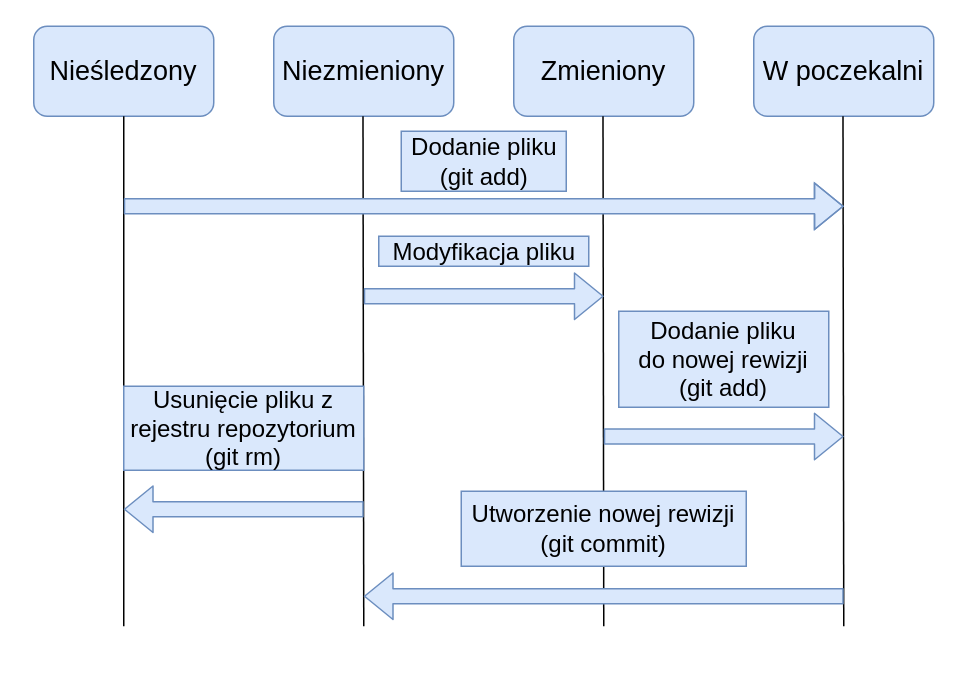
arokasprz100/Bachelor-thesis keeps this draw.io diagram as thesis/res/draw.io/fileStates.drawio. Above is the earlier version. Source tidied: cells renumbered, new cells numbered last; positions are measured from the earlier drawing's top-left corner, leaving out a move shared by most shapes. Both pictures are drawn from the tidied source at 150%, with x=0, y=0 at pixel (33, 26).
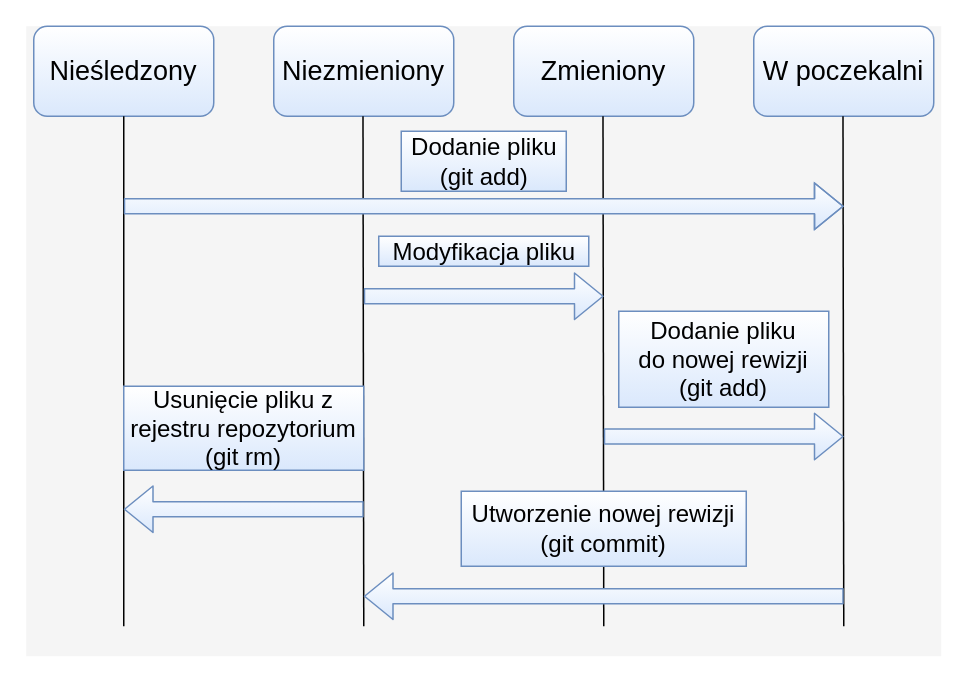
After the change.

Change to the diagram source:
```diff
@@
+    <mxCell id="20" style="rounded=0;whiteSpace=wrap;html=1;fillColor=#f5f5f5;strokeColor=none;fontColor=#333333;" parent="1" vertex="1">
+      <mxGeometry x="-5" width="610" height="420" as="geometry" />
+    </mxCell>
-    <mxCell id="2" value="&lt;font style=&quot;font-size: 18px&quot;&gt;Nieśledzony&lt;/font&gt;" style="rounded=1;whiteSpace=wrap;html=1;fillColor=#dae8fc;strokeColor=#6c8ebf;" parent="1" vertex="1">
+    <mxCell id="2" value="&lt;font style=&quot;font-size: 18px&quot;&gt;Nieśledzony&lt;/font&gt;" style="rounded=1;whiteSpace=wrap;html=1;fillColor=#dae8fc;strokeColor=#6c8ebf;gradientColor=#ffffff;gradientDirection=north;" parent="1" vertex="1">
       <mxGeometry width="120" height="60" as="geometry" />
     </mxCell>
-    <mxCell id="3" value="&lt;font style=&quot;font-size: 18px&quot;&gt;Zmieniony&lt;/font&gt;" style="rounded=1;whiteSpace=wrap;html=1;fillColor=#dae8fc;strokeColor=#6c8ebf;" parent="1" vertex="1">
+    <mxCell id="3" value="&lt;font style=&quot;font-size: 18px&quot;&gt;Zmieniony&lt;/font&gt;" style="rounded=1;whiteSpace=wrap;html=1;fillColor=#dae8fc;strokeColor=#6c8ebf;gradientColor=#ffffff;gradientDirection=north;" parent="1" vertex="1">
       <mxGeometry x="320" width="120" height="60" as="geometry" />
     </mxCell>
-    <mxCell id="4" value="&lt;font style=&quot;font-size: 18px&quot;&gt;Niezmieniony&lt;/font&gt;" style="rounded=1;whiteSpace=wrap;html=1;fillColor=#dae8fc;strokeColor=#6c8ebf;" parent="1" vertex="1">
+    <mxCell id="4" value="&lt;font style=&quot;font-size: 18px&quot;&gt;Niezmieniony&lt;/font&gt;" style="rounded=1;whiteSpace=wrap;html=1;fillColor=#dae8fc;strokeColor=#6c8ebf;gradientColor=#ffffff;gradientDirection=north;" parent="1" vertex="1">
       <mxGeometry x="160" width="120" height="60" as="geometry" />
     </mxCell>
-    <mxCell id="5" value="&lt;font style=&quot;font-size: 18px&quot;&gt;W poczekalni&lt;/font&gt;" style="rounded=1;whiteSpace=wrap;html=1;fillColor=#dae8fc;strokeColor=#6c8ebf;" parent="1" vertex="1">
+    <mxCell id="5" value="&lt;font style=&quot;font-size: 18px&quot;&gt;W poczekalni&lt;/font&gt;" style="rounded=1;whiteSpace=wrap;html=1;fillColor=#dae8fc;strokeColor=#6c8ebf;gradientColor=#ffffff;gradientDirection=north;" parent="1" vertex="1">
       <mxGeometry x="480" width="120" height="60" as="geometry" />
     </mxCell>
@@
-    <mxCell id="10" style="shape=flexArrow;endArrow=classic;html=1;fillColor=#dae8fc;strokeColor=#6c8ebf;" parent="1" edge="1">
+    <mxCell id="10" style="shape=flexArrow;endArrow=classic;html=1;fillColor=#dae8fc;strokeColor=#6c8ebf;gradientColor=#ffffff;gradientDirection=north;" parent="1" edge="1">
       <mxGeometry relative="1" as="geometry">
         <mxPoint x="60" y="120" as="sourcePoint" />
         <mxPoint x="540" y="120" as="targetPoint" />
         <Array as="points">
           <mxPoint x="280" y="120" />
         </Array>
       </mxGeometry>
     </mxCell>
-    <mxCell id="11" value="&lt;div&gt;&lt;font style=&quot;font-size: 16px&quot;&gt;Dodanie pliku &lt;br&gt;&lt;/font&gt;&lt;/div&gt;&lt;div&gt;&lt;font style=&quot;font-size: 16px&quot;&gt;(git add)&lt;/font&gt;&lt;/div&gt;" style="text;html=1;align=center;verticalAlign=middle;fillColor=#dae8fc;strokeColor=#6c8ebf;" parent="1" vertex="1">
+    <mxCell id="11" value="&lt;div&gt;&lt;font style=&quot;font-size: 16px&quot;&gt;Dodanie pliku &lt;br&gt;&lt;/font&gt;&lt;/div&gt;&lt;div&gt;&lt;font style=&quot;font-size: 16px&quot;&gt;(git add)&lt;/font&gt;&lt;/div&gt;" style="text;html=1;align=center;verticalAlign=middle;fillColor=#dae8fc;strokeColor=#6c8ebf;gradientColor=#ffffff;gradientDirection=north;" parent="1" vertex="1">
       <mxGeometry x="245" y="70" width="110" height="40" as="geometry" />
     </mxCell>
-    <mxCell id="12" style="shape=flexArrow;endArrow=classic;html=1;fillColor=#dae8fc;strokeColor=#6c8ebf;" parent="1" edge="1">
+    <mxCell id="12" style="shape=flexArrow;endArrow=classic;html=1;fillColor=#dae8fc;strokeColor=#6c8ebf;gradientColor=#ffffff;gradientDirection=north;" parent="1" edge="1">
       <mxGeometry relative="1" as="geometry">
         <mxPoint x="220" y="180" as="sourcePoint" />
         <mxPoint x="380" y="180" as="targetPoint" />
       </mxGeometry>
     </mxCell>
-    <mxCell id="13" value="&lt;font style=&quot;font-size: 16px&quot;&gt;Modyfikacja pliku&lt;/font&gt;" style="text;html=1;align=center;verticalAlign=middle;fillColor=#dae8fc;strokeColor=#6c8ebf;" parent="1" vertex="1">
+    <mxCell id="13" value="&lt;font style=&quot;font-size: 16px&quot;&gt;Modyfikacja pliku&lt;/font&gt;" style="text;html=1;align=center;verticalAlign=middle;fillColor=#dae8fc;strokeColor=#6c8ebf;gradientColor=#ffffff;gradientDirection=north;" parent="1" vertex="1">
       <mxGeometry x="230" y="140" width="140" height="20" as="geometry" />
     </mxCell>
-    <mxCell id="14" style="shape=flexArrow;endArrow=classic;html=1;fillColor=#dae8fc;strokeColor=#6c8ebf;" parent="1" edge="1">
+    <mxCell id="14" style="shape=flexArrow;endArrow=classic;html=1;fillColor=#dae8fc;strokeColor=#6c8ebf;gradientColor=#ffffff;gradientDirection=north;" parent="1" edge="1">
       <mxGeometry relative="1" as="geometry">
         <mxPoint x="380" y="273.5" as="sourcePoint" />
         <mxPoint x="540" y="273.5" as="targetPoint" />
       </mxGeometry>
     </mxCell>
-    <mxCell id="15" value="&lt;div style=&quot;font-size: 16px&quot;&gt;&lt;font style=&quot;font-size: 16px&quot;&gt;Dodanie pliku &lt;br&gt;&lt;/font&gt;&lt;/div&gt;&lt;div style=&quot;font-size: 16px&quot;&gt;&lt;font style=&quot;font-size: 16px&quot;&gt;do nowej rewizji&lt;/font&gt;&lt;/div&gt;&lt;div style=&quot;font-size: 16px&quot;&gt;&lt;font style=&quot;font-size: 16px&quot;&gt;(git add)&lt;/font&gt;&lt;/div&gt;" style="text;html=1;strokeColor=#6c8ebf;fillColor=#dae8fc;align=center;verticalAlign=middle;whiteSpace=wrap;rounded=0;" parent="1" vertex="1">
+    <mxCell id="15" value="&lt;div style=&quot;font-size: 16px&quot;&gt;&lt;font style=&quot;font-size: 16px&quot;&gt;Dodanie pliku &lt;br&gt;&lt;/font&gt;&lt;/div&gt;&lt;div style=&quot;font-size: 16px&quot;&gt;&lt;font style=&quot;font-size: 16px&quot;&gt;do nowej rewizji&lt;/font&gt;&lt;/div&gt;&lt;div style=&quot;font-size: 16px&quot;&gt;&lt;font style=&quot;font-size: 16px&quot;&gt;(git add)&lt;/font&gt;&lt;/div&gt;" style="text;html=1;strokeColor=#6c8ebf;fillColor=#dae8fc;align=center;verticalAlign=middle;whiteSpace=wrap;rounded=0;gradientColor=#ffffff;gradientDirection=north;" parent="1" vertex="1">
       <mxGeometry x="390" y="190" width="140" height="64" as="geometry" />
     </mxCell>
-    <mxCell id="16" style="shape=flexArrow;endArrow=classic;html=1;fillColor=#dae8fc;strokeColor=#6c8ebf;" parent="1" edge="1">
+    <mxCell id="16" style="shape=flexArrow;endArrow=classic;html=1;fillColor=#dae8fc;strokeColor=#6c8ebf;gradientColor=#ffffff;gradientDirection=north;" parent="1" edge="1">
       <mxGeometry relative="1" as="geometry">
         <mxPoint x="220" y="322" as="sourcePoint" />
         <mxPoint x="60" y="322" as="targetPoint" />
       </mxGeometry>
     </mxCell>
-    <mxCell id="17" value="&lt;div&gt;&lt;font style=&quot;font-size: 16px&quot;&gt;Usunięcie pliku z rejestru repozytorium&lt;/font&gt;&lt;/div&gt;&lt;div&gt;&lt;font style=&quot;font-size: 16px&quot;&gt;(git rm)&lt;br&gt;&lt;/font&gt;&lt;/div&gt;" style="text;html=1;strokeColor=#6c8ebf;fillColor=#dae8fc;align=center;verticalAlign=middle;whiteSpace=wrap;rounded=0;" parent="1" vertex="1">
+    <mxCell id="17" value="&lt;div&gt;&lt;font style=&quot;font-size: 16px&quot;&gt;Usunięcie pliku z rejestru repozytorium&lt;/font&gt;&lt;/div&gt;&lt;div&gt;&lt;font style=&quot;font-size: 16px&quot;&gt;(git rm)&lt;br&gt;&lt;/font&gt;&lt;/div&gt;" style="text;html=1;strokeColor=#6c8ebf;fillColor=#dae8fc;align=center;verticalAlign=middle;whiteSpace=wrap;rounded=0;gradientColor=#ffffff;gradientDirection=north;" parent="1" vertex="1">
       <mxGeometry x="60" y="240" width="160" height="56" as="geometry" />
     </mxCell>
-    <mxCell id="18" style="shape=flexArrow;endArrow=classic;html=1;fillColor=#dae8fc;strokeColor=#6c8ebf;" parent="1" edge="1">
+    <mxCell id="18" style="shape=flexArrow;endArrow=classic;html=1;fillColor=#dae8fc;strokeColor=#6c8ebf;gradientColor=#ffffff;gradientDirection=north;" parent="1" edge="1">
       <mxGeometry relative="1" as="geometry">
         <mxPoint x="540" y="380" as="sourcePoint" />
         <mxPoint x="220" y="380" as="targetPoint" />
       </mxGeometry>
     </mxCell>
-    <mxCell id="19" value="&lt;div style=&quot;font-size: 16px&quot;&gt;&lt;font style=&quot;font-size: 16px&quot;&gt;Utworzenie nowej rewizji&lt;/font&gt;&lt;/div&gt;&lt;div style=&quot;font-size: 16px&quot;&gt;&lt;font style=&quot;font-size: 16px&quot;&gt;(git commit)&lt;br&gt;&lt;/font&gt;&lt;/div&gt;" style="text;html=1;strokeColor=#6c8ebf;fillColor=#dae8fc;align=center;verticalAlign=middle;whiteSpace=wrap;rounded=0;" parent="1" vertex="1">
+    <mxCell id="19" value="&lt;div style=&quot;font-size: 16px&quot;&gt;&lt;font style=&quot;font-size: 16px&quot;&gt;Utworzenie nowej rewizji&lt;/font&gt;&lt;/div&gt;&lt;div style=&quot;font-size: 16px&quot;&gt;&lt;font style=&quot;font-size: 16px&quot;&gt;(git commit)&lt;br&gt;&lt;/font&gt;&lt;/div&gt;" style="text;html=1;strokeColor=#6c8ebf;fillColor=#dae8fc;align=center;verticalAlign=middle;whiteSpace=wrap;rounded=0;gradientColor=#ffffff;gradientDirection=north;" parent="1" vertex="1">
       <mxGeometry x="285" y="310" width="190" height="50" as="geometry" />
     </mxCell>
```
